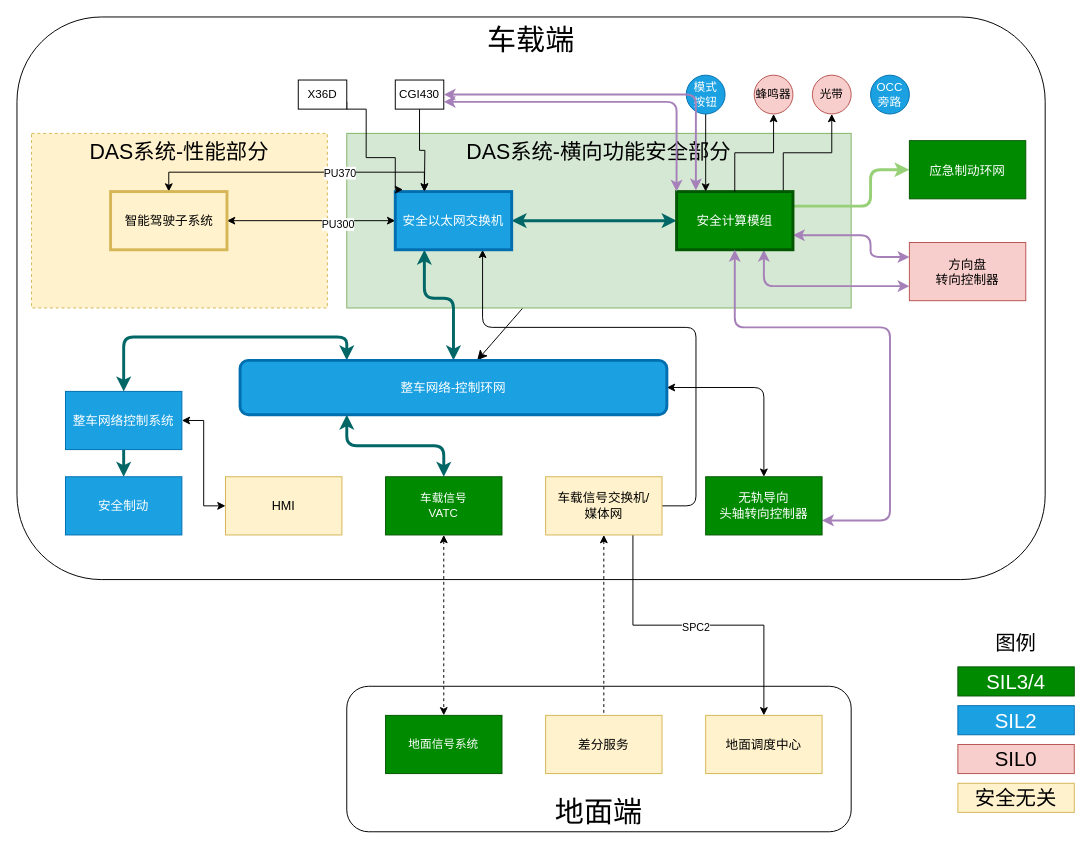
Above: page "【作废】-DAS系统与外部系统关联关系图" (5 of 9) of 马来DAS系统关联关系图.drawio in FrankWong-cs/SharingwithColleagues (draw.io), before the change. Source tidied: cells renumbered, new cells numbered last; positions are measured from the earlier drawing's top-left corner, leaving out a move shared by most shapes. Both pictures are drawn from the tidied source at 97%, with x=0, y=0 at pixel (16, 16).
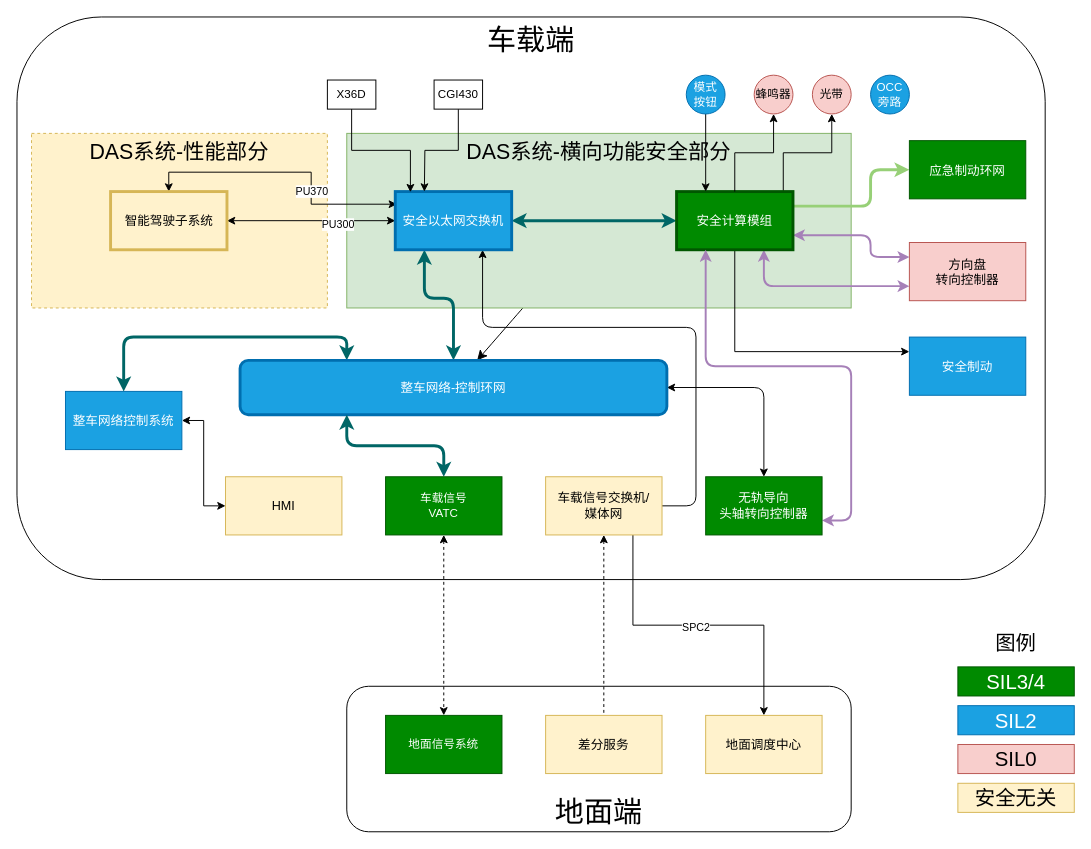
The same diagram, later.

The change refers to these unchanged cells:
```xml
<mxCell id="14" value="安全以太网交换机" style="rounded=0;whiteSpace=wrap;html=1;fontSize=13;fillColor=#1ba1e2;strokeColor=#006EAF;strokeWidth=3;fontColor=#ffffff;" parent="1" vertex="1">
  <mxGeometry x="390" y="180" width="120" height="60" as="geometry" />
</mxCell>
<mxCell id="19" value="安全计算模组" style="rounded=0;whiteSpace=wrap;html=1;fontSize=13;fillColor=#008a00;strokeColor=#005700;strokeWidth=3;fontColor=#ffffff;" parent="1" vertex="1">
  <mxGeometry x="680" y="180" width="120" height="60" as="geometry" />
</mxCell>
<mxCell id="21" value="无轨导向&lt;br&gt;头轴转向控制器" style="rounded=0;whiteSpace=wrap;html=1;fontSize=13;fillColor=#008a00;fontColor=#ffffff;strokeColor=#005700;" parent="1" vertex="1">
  <mxGeometry x="710" y="474" width="120" height="60" as="geometry" />
</mxCell>
<mxCell id="38" value="整车网络控制系统" style="rounded=0;whiteSpace=wrap;html=1;fontSize=13;fillColor=#1ba1e2;fontColor=#ffffff;strokeColor=#006EAF;" parent="1" vertex="1">
  <mxGeometry x="50" y="386" width="120" height="60" as="geometry" />
</mxCell>
<mxCell id="52" value="智能驾驶子系统" style="rounded=0;whiteSpace=wrap;html=1;fontSize=13;fillColor=#fff2cc;strokeColor=#d6b656;strokeWidth=3;" parent="1" vertex="1">
  <mxGeometry x="96.5" y="180" width="120" height="60" as="geometry" />
</mxCell>
```

Diff of the diagram source:
```diff
@@
-    <mxCell id="12" style="edgeStyle=orthogonalEdgeStyle;rounded=0;jettySize=auto;html=1;exitX=0.25;exitY=0;exitDx=0;exitDy=0;entryX=0.5;entryY=0;entryDx=0;entryDy=0;startArrow=classic;startFill=1;" parent="1" edge="1" source="14" target="52">
+    <mxCell id="12" style="edgeStyle=orthogonalEdgeStyle;rounded=0;jettySize=auto;html=1;exitX=0.014;exitY=0.217;exitDx=0;exitDy=0;entryX=0.5;entryY=0;entryDx=0;entryDy=0;startArrow=classic;startFill=1;exitPerimeter=0;" parent="1" edge="1" source="14" target="52">
       <mxGeometry relative="1" as="geometry" />
     </mxCell>
@@
+    <mxCell id="61" style="edgeStyle=orthogonalEdgeStyle;rounded=0;jettySize=auto;html=1;exitX=0.5;exitY=1;exitDx=0;exitDy=0;entryX=0;entryY=0.25;entryDx=0;entryDy=0;strokeColor=default;align=center;verticalAlign=middle;fontFamily=Helvetica;fontSize=11;fontColor=default;labelBackgroundColor=default;endArrow=classic;" parent="1" edge="1" source="19" target="39">
+      <mxGeometry relative="1" as="geometry" />
+    </mxCell>
@@
-    <mxCell id="20" style="edgeStyle=orthogonalEdgeStyle;rounded=1;jettySize=auto;html=1;exitX=1;exitY=0.75;exitDx=0;exitDy=0;entryX=0.5;entryY=1;entryDx=0;entryDy=0;strokeColor=#A680B8;strokeWidth=2;startArrow=classic;startFill=1;" parent="1" edge="1" source="21" target="19">
+    <mxCell id="20" style="edgeStyle=orthogonalEdgeStyle;rounded=1;jettySize=auto;html=1;exitX=1;exitY=0.75;exitDx=0;exitDy=0;entryX=0.25;entryY=1;entryDx=0;entryDy=0;strokeColor=#A680B8;strokeWidth=2;startArrow=classic;startFill=1;" parent="1" edge="1" source="21" target="19">
       <mxGeometry relative="1" as="geometry">
         <Array as="points">
-          <mxPoint x="900" y="519" />
-          <mxPoint x="900" y="320" />
-          <mxPoint x="740" y="320" />
+          <mxPoint x="860" y="519" />
+          <mxPoint x="860" y="360" />
+          <mxPoint x="710" y="360" />
         </Array>
       </mxGeometry>
     </mxCell>
@@
-    <mxCell id="37" style="edgeStyle=orthogonalEdgeStyle;rounded=1;jettySize=auto;html=1;exitX=0.5;exitY=1;exitDx=0;exitDy=0;strokeColor=#006666;startArrow=none;startFill=0;strokeWidth=3;" parent="1" edge="1" source="38" target="39">
-      <mxGeometry relative="1" as="geometry" />
-    </mxCell>
@@
-    <mxCell id="39" value="安全制动" style="rounded=0;whiteSpace=wrap;html=1;fontSize=13;fillColor=#1ba1e2;fontColor=#ffffff;strokeColor=#006EAF;" parent="1" vertex="1">
-      <mxGeometry x="50" y="474" width="120" height="60" as="geometry" />
-    </mxCell>
@@
-    <mxCell id="55" style="edgeStyle=orthogonalEdgeStyle;rounded=0;jettySize=auto;html=1;exitX=1;exitY=0.75;exitDx=0;exitDy=0;entryX=0.067;entryY=-0.033;entryDx=0;entryDy=0;entryPerimeter=0;" parent="1" edge="1" source="56" target="14">
-      <mxGeometry relative="1" as="geometry">
-        <Array as="points">
-          <mxPoint x="340" y="95" />
-          <mxPoint x="360" y="95" />
-          <mxPoint x="360" y="145" />
-          <mxPoint x="390" y="145" />
-          <mxPoint x="390" y="178" />
-        </Array>
-      </mxGeometry>
-    </mxCell>
     <mxCell id="56" value="X36D" style="rounded=0;whiteSpace=wrap;html=1;" parent="1" vertex="1">
-      <mxGeometry x="290" y="65" width="50" height="30" as="geometry" />
+      <mxGeometry x="320" y="65" width="50" height="30" as="geometry" />
     </mxCell>
@@
     <mxCell id="58" value="CGI430" style="rounded=0;whiteSpace=wrap;html=1;" parent="1" vertex="1">
-      <mxGeometry x="390" y="65" width="50" height="30" as="geometry" />
+      <mxGeometry x="430" y="65" width="50" height="30" as="geometry" />
     </mxCell>
-    <mxCell id="59" style="edgeStyle=orthogonalEdgeStyle;rounded=1;jettySize=auto;html=1;entryX=1;entryY=0.75;entryDx=0;entryDy=0;strokeColor=#A680B8;strokeWidth=2;startArrow=classic;startFill=1;exitX=0;exitY=0;exitDx=0;exitDy=0;" parent="1" edge="1" target="58">
-      <mxGeometry relative="1" as="geometry">
-        <mxPoint x="680" y="180" as="sourcePoint" />
-        <Array as="points">
-          <mxPoint x="680" y="88" />
-        </Array>
-      </mxGeometry>
-    </mxCell>
-    <mxCell id="60" style="edgeStyle=orthogonalEdgeStyle;rounded=1;orthogonalLoop=1;jettySize=auto;html=1;strokeColor=#A680B8;strokeWidth=2;startArrow=classic;startFill=1;exitX=0;exitY=0;exitDx=0;exitDy=0;" parent="1" edge="1">
-      <mxGeometry relative="1" as="geometry">
-        <mxPoint x="699.9" y="178.8" as="sourcePoint" />
-        <mxPoint x="440" y="80" as="targetPoint" />
-        <Array as="points">
-          <mxPoint x="700" y="80" />
-          <mxPoint x="440" y="80" />
-        </Array>
-      </mxGeometry>
-    </mxCell>
+    <mxCell id="39" value="安全制动" style="rounded=0;whiteSpace=wrap;html=1;fontSize=13;fillColor=#1ba1e2;fontColor=#ffffff;strokeColor=#006EAF;" parent="1" vertex="1">
+      <mxGeometry x="920" y="330" width="120" height="60" as="geometry" />
+    </mxCell>
+    <mxCell id="55" style="edgeStyle=orthogonalEdgeStyle;rounded=0;jettySize=auto;html=1;exitX=0.5;exitY=1;exitDx=0;exitDy=0;entryX=0.13;entryY=0.011;entryDx=0;entryDy=0;entryPerimeter=0;" parent="1" edge="1" source="56" target="14">
+      <mxGeometry relative="1" as="geometry" />
+    </mxCell>
```
